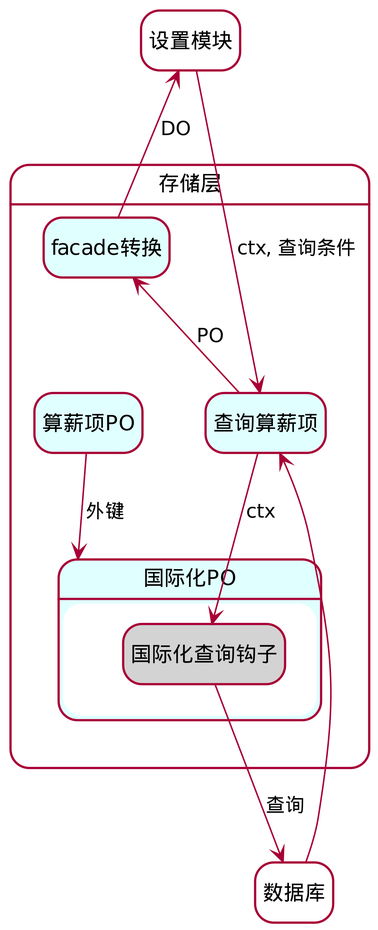
Before: out/商业化/国际化/用户自定义文案国际化.png, a diagram exported from PlantUML (KAMIENDER/Draw). Its diagram source:
```plantuml
@startuml 用户自定义文案国际化
skinparam shadowing false
skinparam dpi 500
hide empty description

state setting as "设置模块" #White
state persistent as "存储层" #White {
    state query as "查询算薪项" #LightCyan
    state po as "算薪项PO" #LightCyan
    state i18nPO as "国际化PO" #LightCyan {
        state hook as "国际化查询钩子" #LightGray
    }
    state facade as "facade转换" #LightCyan
}
state db as "数据库" #White

po --> i18nPO : 外键
setting --> query : ctx, 查询条件
query --> hook : ctx
hook --> db : 查询
db -up-> query
query -up-> facade : PO
facade -up-> setting : DO

@enduml
```
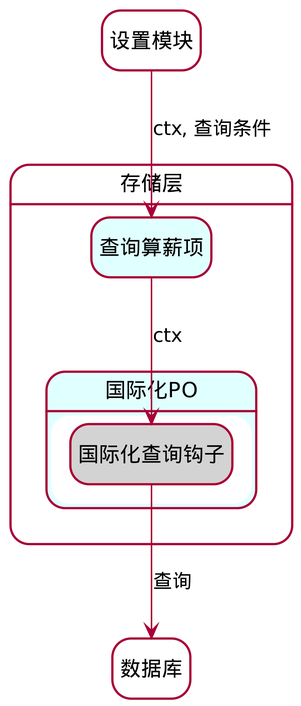
After the commit.

Diff of the diagram source:
```diff
@@ -6,20 +6,13 @@
 state setting as "设置模块" #White
 state persistent as "存储层" #White {
     state query as "查询算薪项" #LightCyan
-    state po as "算薪项PO" #LightCyan
     state i18nPO as "国际化PO" #LightCyan {
         state hook as "国际化查询钩子" #LightGray
     }
-    state facade as "facade转换" #LightCyan
 }
 state db as "数据库" #White
 
-po --> i18nPO : 外键
 setting --> query : ctx, 查询条件
 query --> hook : ctx
 hook --> db : 查询
-db -up-> query
-query -up-> facade : PO
-facade -up-> setting : DO
-
 @enduml
```
